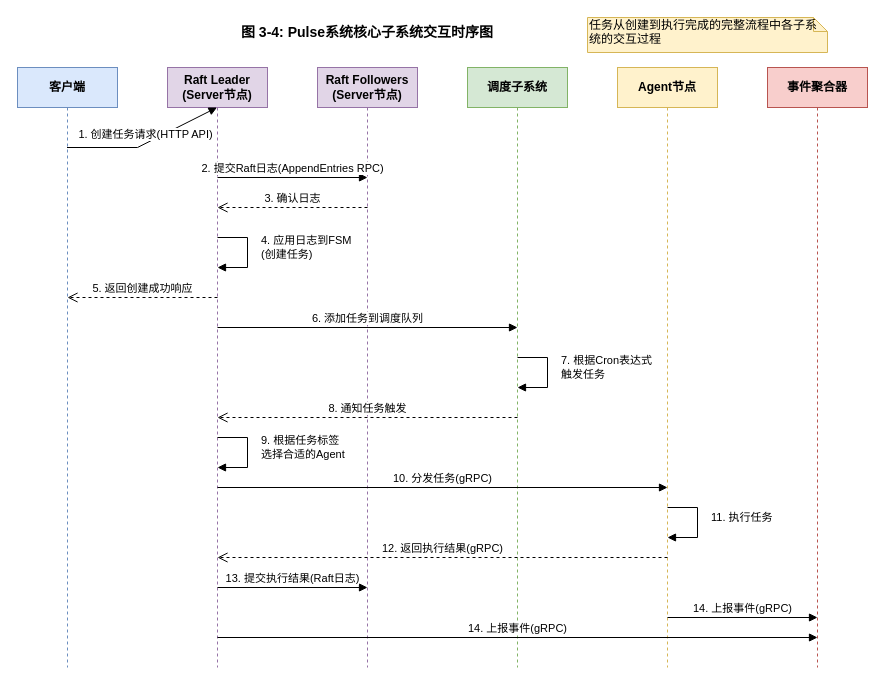
This is projects/Pulse系统核心子系统交互时序图.drawio from hanzug/draw.io, a draw.io file, before an edit. Source tidied: cells renumbered, new cells numbered last; positions are measured from the earlier drawing's top-left corner, leaving out a move shared by most shapes. Both pictures are drawn from the tidied source at 100%, with x=0, y=0 at pixel (17, 17).
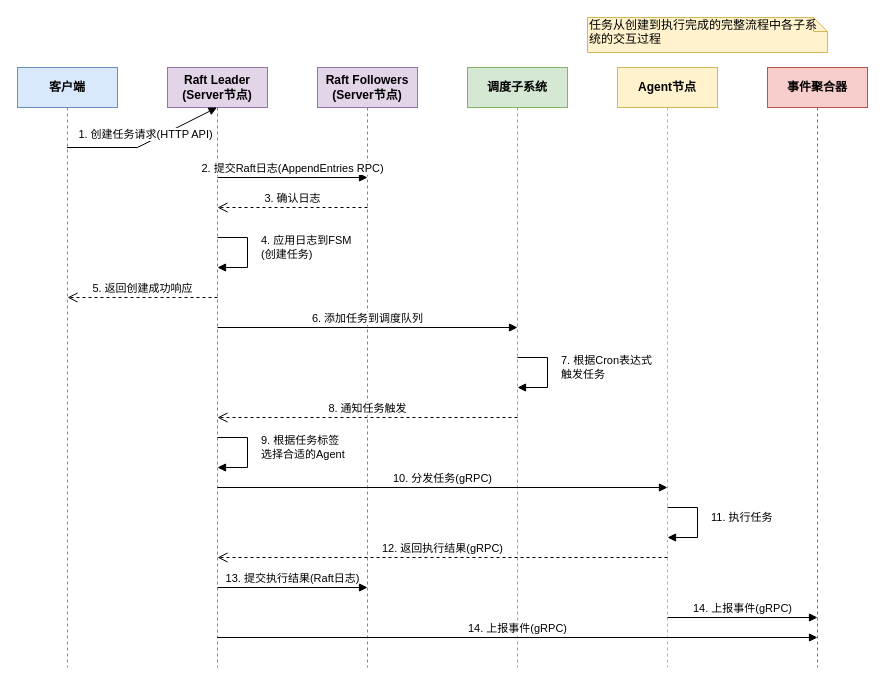
Above is the later version.

Commit message (it also covers changes not shown here):
更新Pulse系统核心子系统交互时序图.drawio

What changed in the source:
```diff
@@
-    <mxCell id="23" value="图 3-4: Pulse系统核心子系统交互时序图" style="text;html=1;strokeColor=none;fillColor=none;align=center;verticalAlign=middle;whiteSpace=wrap;rounded=0;fontSize=14;fontStyle=1;" parent="1" vertex="1">
-      <mxGeometry x="150" width="400" height="30" as="geometry" />
-    </mxCell>
```
